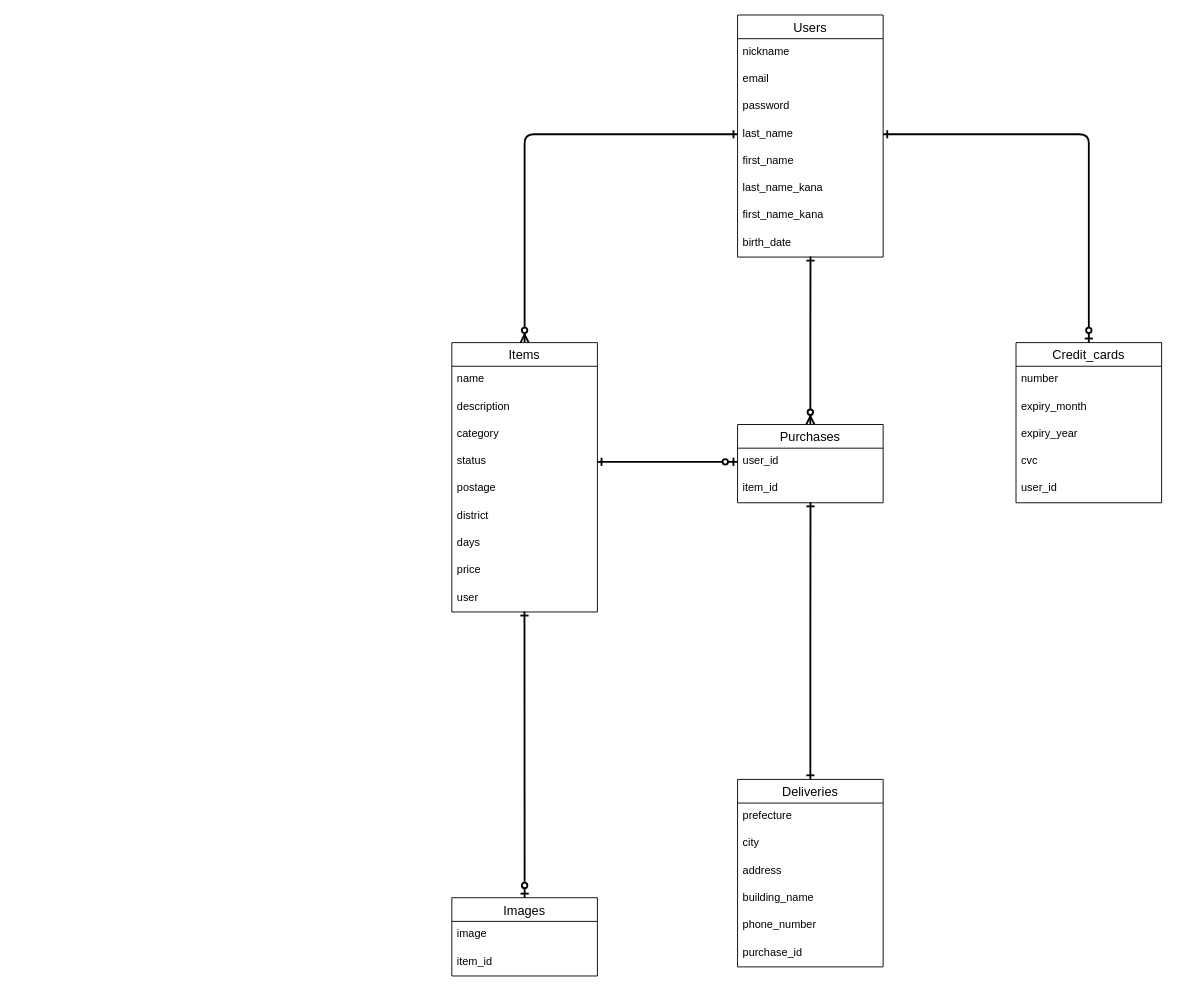
The draw.io diagram entity_relationship.dio in amu1016/furima-36223, before the edit. Source tidied: cells renumbered, new cells numbered last; positions are measured from the earlier drawing's top-left corner, leaving out a move shared by most shapes. Both pictures are drawn from the tidied source at 91%, with x=0, y=0 at pixel (451, 15).
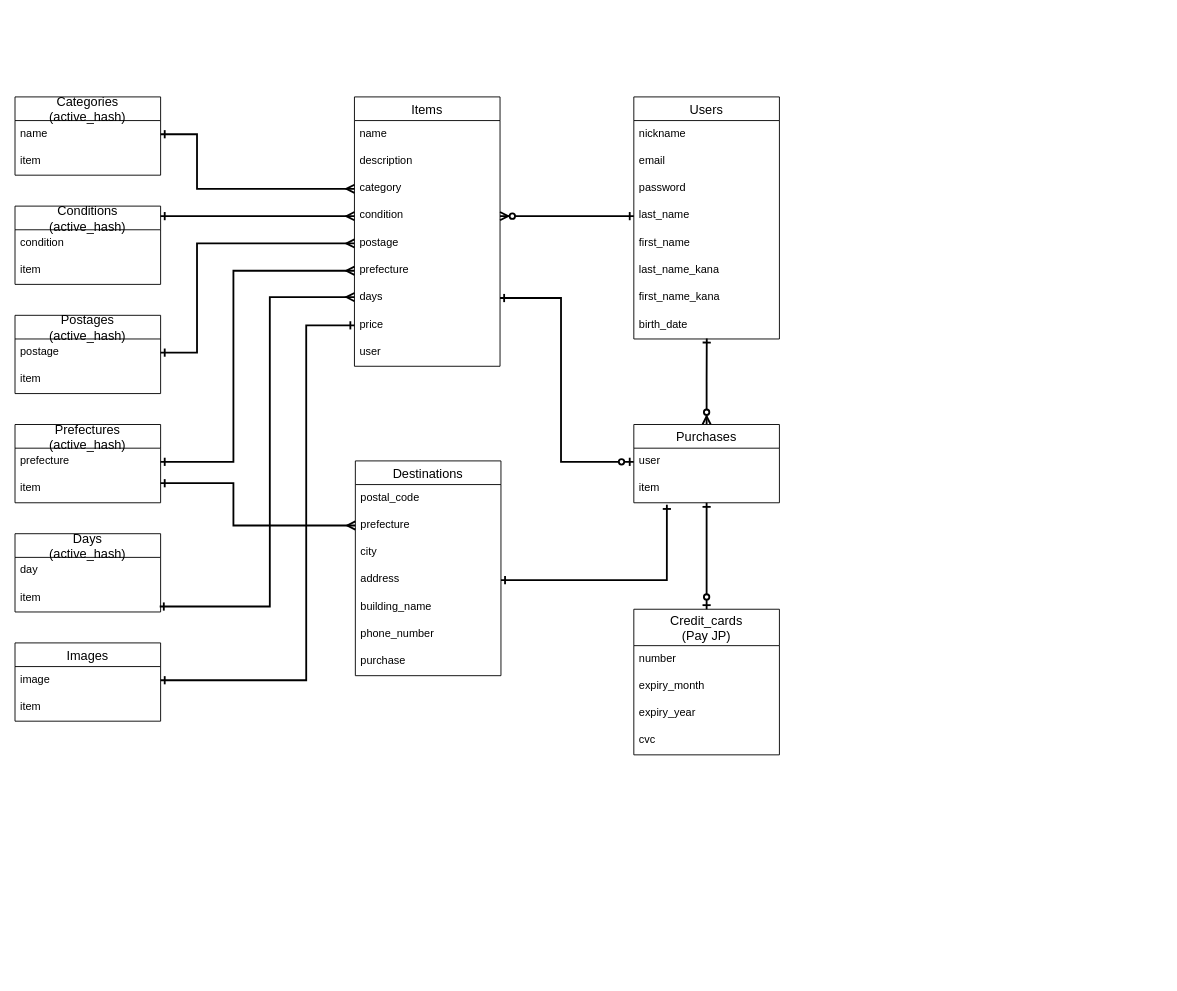
Above is the later version.

Commit message (it also covers changes not shown here):
テーブル設計の修正２ & ER図作成

The change refers to these unchanged cells:
```xml
<mxCell id="6" value="last_name" style="text;strokeColor=none;fillColor=none;spacingLeft=4;spacingRight=4;overflow=hidden;points=[[0,0.5],[1,0.5]];portConstraint=eastwest;fontSize=12;" parent="2" vertex="1">
  <mxGeometry y="116" width="160" height="30" as="geometry" />
</mxCell>
<mxCell id="14" value="category" style="text;strokeColor=none;fillColor=none;spacingLeft=4;spacingRight=4;overflow=hidden;points=[[0,0.5],[1,0.5]];portConstraint=eastwest;fontSize=12;" parent="11" vertex="1">
  <mxGeometry y="86" width="160" height="30" as="geometry" />
</mxCell>
<mxCell id="16" value="postage" style="text;strokeColor=none;fillColor=none;spacingLeft=4;spacingRight=4;overflow=hidden;points=[[0,0.5],[1,0.5]];portConstraint=eastwest;fontSize=12;" parent="11" vertex="1">
  <mxGeometry y="146" width="160" height="30" as="geometry" />
</mxCell>
<mxCell id="18" value="days" style="text;strokeColor=none;fillColor=none;spacingLeft=4;spacingRight=4;overflow=hidden;points=[[0,0.5],[1,0.5]];portConstraint=eastwest;fontSize=12;" parent="11" vertex="1">
  <mxGeometry y="206" width="160" height="30" as="geometry" />
</mxCell>
<mxCell id="19" value="price" style="text;strokeColor=none;fillColor=none;spacingLeft=4;spacingRight=4;overflow=hidden;points=[[0,0.5],[1,0.5]];portConstraint=eastwest;fontSize=12;" parent="11" vertex="1">
  <mxGeometry y="236" width="160" height="30" as="geometry" />
</mxCell>
<mxCell id="20" value="user" style="text;strokeColor=none;fillColor=none;spacingLeft=4;spacingRight=4;overflow=hidden;points=[[0,0.5],[1,0.5]];portConstraint=eastwest;fontSize=12;" parent="11" vertex="1">
  <mxGeometry y="266" width="160" height="30" as="geometry" />
</mxCell>
<mxCell id="39" value="image" style="text;strokeColor=none;fillColor=none;spacingLeft=4;spacingRight=4;overflow=hidden;points=[[0,0.5],[1,0.5]];portConstraint=eastwest;fontSize=12;" parent="38" vertex="1">
  <mxGeometry y="26" width="160" height="30" as="geometry" />
</mxCell>
```

The edit, as a diff of the source:
```diff
@@
     <mxCell id="2" value="Users" style="swimlane;fontStyle=0;horizontal=1;startSize=26;align=center;fontSize=14;" parent="1" vertex="1">
-      <mxGeometry x="314" width="160" height="266" as="geometry" />
+      <mxGeometry x="200" y="90" width="160" height="266" as="geometry" />
     </mxCell>
@@
     <mxCell id="11" value="Items" style="swimlane;fontStyle=0;horizontal=1;startSize=26;align=center;fontSize=14;" parent="1" vertex="1">
-      <mxGeometry y="360" width="160" height="296" as="geometry" />
+      <mxGeometry x="-107" y="90" width="160" height="296" as="geometry" />
     </mxCell>
@@
-    <mxCell id="15" value="status" style="text;strokeColor=none;fillColor=none;spacingLeft=4;spacingRight=4;overflow=hidden;points=[[0,0.5],[1,0.5]];portConstraint=eastwest;fontSize=12;" parent="11" vertex="1">
+    <mxCell id="15" value="condition" style="text;strokeColor=none;fillColor=none;spacingLeft=4;spacingRight=4;overflow=hidden;points=[[0,0.5],[1,0.5]];portConstraint=eastwest;fontSize=12;" parent="11" vertex="1">
       <mxGeometry y="116" width="160" height="30" as="geometry" />
     </mxCell>
@@
-    <mxCell id="17" value="district" style="text;strokeColor=none;fillColor=none;spacingLeft=4;spacingRight=4;overflow=hidden;points=[[0,0.5],[1,0.5]];portConstraint=eastwest;fontSize=12;" parent="11" vertex="1">
+    <mxCell id="17" value="prefecture" style="text;strokeColor=none;fillColor=none;spacingLeft=4;spacingRight=4;overflow=hidden;points=[[0,0.5],[1,0.5]];portConstraint=eastwest;fontSize=12;" parent="11" vertex="1">
       <mxGeometry y="176" width="160" height="30" as="geometry" />
     </mxCell>
@@
-    <mxCell id="21" value="Credit_cards" style="swimlane;fontStyle=0;horizontal=1;startSize=26;align=center;fontSize=14;" parent="1" vertex="1">
-      <mxGeometry x="620" y="360" width="160" height="176" as="geometry" />
+    <mxCell id="21" value="Credit_cards&#10;(Pay JP)" style="swimlane;fontStyle=0;horizontal=1;startSize=40;align=center;fontSize=14;" parent="1" vertex="1">
+      <mxGeometry x="200" y="653" width="160" height="160" as="geometry" />
     </mxCell>
     <mxCell id="22" value="number" style="text;strokeColor=none;fillColor=none;spacingLeft=4;spacingRight=4;overflow=hidden;fontSize=12;" parent="21" vertex="1">
-      <mxGeometry y="26" width="160" height="30" as="geometry" />
+      <mxGeometry y="40" width="160" height="30" as="geometry" />
     </mxCell>
     <mxCell id="23" value="expiry_month" style="text;strokeColor=none;fillColor=none;spacingLeft=4;spacingRight=4;overflow=hidden;fontSize=12;" parent="21" vertex="1">
-      <mxGeometry y="56" width="160" height="30" as="geometry" />
+      <mxGeometry y="70" width="160" height="30" as="geometry" />
     </mxCell>
     <mxCell id="24" value="expiry_year" style="text;strokeColor=none;fillColor=none;spacingLeft=4;spacingRight=4;overflow=hidden;fontSize=12;" parent="21" vertex="1">
-      <mxGeometry y="86" width="160" height="30" as="geometry" />
+      <mxGeometry y="100" width="160" height="30" as="geometry" />
     </mxCell>
     <mxCell id="25" value="cvc" style="text;strokeColor=none;fillColor=none;spacingLeft=4;spacingRight=4;overflow=hidden;fontSize=12;" parent="21" vertex="1">
-      <mxGeometry y="116" width="160" height="30" as="geometry" />
+      <mxGeometry y="130" width="160" height="30" as="geometry" />
     </mxCell>
-    <mxCell id="26" value="user_id" style="text;strokeColor=none;fillColor=none;spacingLeft=4;spacingRight=4;overflow=hidden;fontSize=12;" parent="21" vertex="1">
-      <mxGeometry y="146" width="160" height="30" as="geometry" />
-    </mxCell>
-    <mxCell id="27" style="edgeStyle=orthogonalEdgeStyle;fontSize=12;html=1;endArrow=ERzeroToMany;entryX=0.5;entryY=0;entryDx=0;entryDy=0;exitX=0;exitY=0.5;exitDx=0;exitDy=0;endFill=1;startArrow=ERone;startFill=0;strokeWidth=2;" parent="1" edge="1" source="6" target="11">
-      <mxGeometry relative="1" as="geometry" />
+    <mxCell id="27" style="edgeStyle=orthogonalEdgeStyle;fontSize=12;html=1;endArrow=ERzeroToMany;exitX=0;exitY=0.5;exitDx=0;exitDy=0;endFill=1;startArrow=ERone;startFill=0;strokeWidth=2;entryX=1;entryY=0.5;entryDx=0;entryDy=0;" parent="1" edge="1" source="6" target="15">
+      <mxGeometry relative="1" as="geometry">
+        <Array as="points">
+          <mxPoint x="110" y="221" />
+          <mxPoint x="110" y="221" />
+        </Array>
+      </mxGeometry>
     </mxCell>
-    <mxCell id="28" style="edgeStyle=orthogonalEdgeStyle;fontSize=12;html=1;endArrow=ERzeroToOne;exitX=1;exitY=0.5;exitDx=0;exitDy=0;entryX=0.5;entryY=0;entryDx=0;entryDy=0;startArrow=ERone;startFill=0;endFill=1;strokeWidth=2;" parent="1" edge="1" source="6" target="21">
+    <mxCell id="28" style="edgeStyle=orthogonalEdgeStyle;fontSize=12;html=1;endArrow=ERzeroToOne;startArrow=ERone;startFill=0;endFill=1;strokeWidth=2;entryX=0.5;entryY=0;entryDx=0;entryDy=0;exitX=0.5;exitY=1;exitDx=0;exitDy=0;exitPerimeter=0;" parent="1" edge="1" source="44" target="21">
       <mxGeometry relative="1" as="geometry" />
     </mxCell>
-    <mxCell id="29" style="edgeStyle=orthogonalEdgeStyle;rounded=0;jettySize=auto;html=1;exitX=0.5;exitY=0;exitDx=0;exitDy=0;startArrow=ERone;startFill=0;endArrow=ERone;endFill=0;strokeWidth=2;entryX=0.501;entryY=0.981;entryDx=0;entryDy=0;entryPerimeter=0;" parent="1" edge="1" source="30" target="44">
-      <mxGeometry relative="1" as="geometry" />
+    <mxCell id="29" style="edgeStyle=orthogonalEdgeStyle;rounded=0;jettySize=auto;html=1;exitX=1;exitY=0.5;exitDx=0;exitDy=0;startArrow=ERone;startFill=0;endArrow=ERone;endFill=0;strokeWidth=2;entryX=0.227;entryY=1.076;entryDx=0;entryDy=0;entryPerimeter=0;" parent="1" edge="1" source="33" target="44">
+      <mxGeometry relative="1" as="geometry">
+        <Array as="points">
+          <mxPoint x="236" y="621" />
+        </Array>
+      </mxGeometry>
     </mxCell>
-    <mxCell id="30" value="Deliveries" style="swimlane;fontStyle=0;horizontal=1;startSize=26;align=center;fontSize=14;" parent="1" vertex="1">
-      <mxGeometry x="314" y="840" width="160" height="206" as="geometry" />
+    <mxCell id="30" value="Destinations" style="swimlane;fontStyle=0;horizontal=1;startSize=26;align=center;fontSize=14;" parent="1" vertex="1">
+      <mxGeometry x="-106" y="490" width="160" height="236" as="geometry" />
     </mxCell>
+    <mxCell id="46" value="postal_code" style="text;strokeColor=none;fillColor=none;spacingLeft=4;spacingRight=4;overflow=hidden;fontSize=12;" parent="30" vertex="1">
+      <mxGeometry y="26" width="160" height="30" as="geometry" />
+    </mxCell>
     <mxCell id="31" value="prefecture" style="text;strokeColor=none;fillColor=none;spacingLeft=4;spacingRight=4;overflow=hidden;points=[[0,0.5],[1,0.5]];portConstraint=eastwest;fontSize=12;" parent="30" vertex="1">
-      <mxGeometry y="26" width="160" height="30" as="geometry" />
+      <mxGeometry y="56" width="160" height="30" as="geometry" />
     </mxCell>
     <mxCell id="32" value="city" style="text;strokeColor=none;fillColor=none;spacingLeft=4;spacingRight=4;overflow=hidden;fontSize=12;" parent="30" vertex="1">
-      <mxGeometry y="56" width="160" height="30" as="geometry" />
+      <mxGeometry y="86" width="160" height="30" as="geometry" />
     </mxCell>
     <mxCell id="33" value="address" style="text;strokeColor=none;fillColor=none;spacingLeft=4;spacingRight=4;overflow=hidden;points=[[0,0.5],[1,0.5]];portConstraint=eastwest;fontSize=12;" parent="30" vertex="1">
-      <mxGeometry y="86" width="160" height="30" as="geometry" />
+      <mxGeometry y="116" width="160" height="30" as="geometry" />
     </mxCell>
     <mxCell id="34" value="building_name" style="text;strokeColor=none;fillColor=none;spacingLeft=4;spacingRight=4;overflow=hidden;fontSize=12;" parent="30" vertex="1">
-      <mxGeometry y="116" width="160" height="30" as="geometry" />
+      <mxGeometry y="146" width="160" height="30" as="geometry" />
     </mxCell>
     <mxCell id="35" value="phone_number" style="text;strokeColor=none;fillColor=none;spacingLeft=4;spacingRight=4;overflow=hidden;fontSize=12;" parent="30" vertex="1">
-      <mxGeometry y="146" width="160" height="30" as="geometry" />
+      <mxGeometry y="176" width="160" height="30" as="geometry" />
     </mxCell>
-    <mxCell id="36" value="purchase_id" style="text;strokeColor=none;fillColor=none;spacingLeft=4;spacingRight=4;overflow=hidden;fontSize=12;" parent="30" vertex="1">
-      <mxGeometry y="176" width="160" height="30" as="geometry" />
+    <mxCell id="36" value="purchase" style="text;strokeColor=none;fillColor=none;spacingLeft=4;spacingRight=4;overflow=hidden;fontSize=12;" parent="30" vertex="1">
+      <mxGeometry y="206" width="160" height="30" as="geometry" />
     </mxCell>
-    <mxCell id="37" style="edgeStyle=orthogonalEdgeStyle;rounded=0;jettySize=auto;html=1;exitX=0.5;exitY=0;exitDx=0;exitDy=0;startArrow=ERzeroToOne;startFill=1;endArrow=ERone;endFill=0;strokeWidth=2;entryX=0.499;entryY=0.981;entryDx=0;entryDy=0;entryPerimeter=0;" parent="1" edge="1" source="38" target="20">
+    <mxCell id="37" style="edgeStyle=orthogonalEdgeStyle;rounded=0;jettySize=auto;html=1;exitX=1;exitY=0.5;exitDx=0;exitDy=0;startArrow=ERone;startFill=0;endArrow=ERone;endFill=0;strokeWidth=2;entryX=0;entryY=0.5;entryDx=0;entryDy=0;" parent="1" edge="1" source="39" target="19">
       <mxGeometry relative="1" as="geometry">
         <Array as="points">
-          <mxPoint x="80" y="960" />
+          <mxPoint x="-160" y="731" />
+          <mxPoint x="-160" y="341" />
         </Array>
       </mxGeometry>
     </mxCell>
     <mxCell id="38" value="Images" style="swimlane;fontStyle=0;horizontal=1;startSize=26;align=center;fontSize=14;" parent="1" vertex="1">
-      <mxGeometry y="970" width="160" height="86" as="geometry" />
+      <mxGeometry x="-480" y="690" width="160" height="86" as="geometry" />
     </mxCell>
@@
-    <mxCell id="40" value="item_id" style="text;strokeColor=none;fillColor=none;spacingLeft=4;spacingRight=4;overflow=hidden;fontSize=12;" parent="38" vertex="1">
+    <mxCell id="40" value="item" style="text;strokeColor=none;fillColor=none;spacingLeft=4;spacingRight=4;overflow=hidden;fontSize=12;" parent="38" vertex="1">
       <mxGeometry y="56" width="160" height="30" as="geometry" />
     </mxCell>
@@
     <mxCell id="42" value="Purchases" style="swimlane;fontStyle=0;horizontal=1;startSize=26;align=center;fontSize=14;" parent="1" vertex="1">
-      <mxGeometry x="314" y="450" width="160" height="86" as="geometry" />
+      <mxGeometry x="200" y="450" width="160" height="86" as="geometry" />
     </mxCell>
-    <mxCell id="43" value="user_id" style="text;strokeColor=none;fillColor=none;spacingLeft=4;spacingRight=4;overflow=hidden;points=[[0,0.5],[1,0.5]];portConstraint=eastwest;fontSize=12;" parent="42" vertex="1">
+    <mxCell id="43" value="user" style="text;strokeColor=none;fillColor=none;spacingLeft=4;spacingRight=4;overflow=hidden;points=[[0,0.5],[1,0.5]];portConstraint=eastwest;fontSize=12;" parent="42" vertex="1">
       <mxGeometry y="26" width="160" height="30" as="geometry" />
     </mxCell>
-    <mxCell id="44" value="item_id" style="text;strokeColor=none;fillColor=none;spacingLeft=4;spacingRight=4;overflow=hidden;points=[[0,0.5],[1,0.5]];portConstraint=eastwest;fontSize=12;" parent="42" vertex="1">
+    <mxCell id="44" value="item" style="text;strokeColor=none;fillColor=none;spacingLeft=4;spacingRight=4;overflow=hidden;points=[[0,0.5],[1,0.5]];portConstraint=eastwest;fontSize=12;" parent="42" vertex="1">
       <mxGeometry y="56" width="160" height="30" as="geometry" />
     </mxCell>
-    <mxCell id="45" style="edgeStyle=orthogonalEdgeStyle;rounded=0;jettySize=auto;html=1;exitX=0;exitY=0.5;exitDx=0;exitDy=0;entryX=1;entryY=0.5;entryDx=0;entryDy=0;startArrow=ERzeroToOne;startFill=1;endArrow=ERone;endFill=0;strokeWidth=2;" parent="1" edge="1" source="43" target="15">
-      <mxGeometry relative="1" as="geometry" />
+    <mxCell id="45" style="edgeStyle=orthogonalEdgeStyle;rounded=0;jettySize=auto;html=1;exitX=0;exitY=0.5;exitDx=0;exitDy=0;startArrow=ERzeroToOne;startFill=1;endArrow=ERone;endFill=0;strokeWidth=2;entryX=1;entryY=0.5;entryDx=0;entryDy=0;" parent="1" edge="1" source="43" target="18">
+      <mxGeometry relative="1" as="geometry">
+        <Array as="points">
+          <mxPoint x="120" y="491" />
+          <mxPoint x="120" y="311" />
+        </Array>
+      </mxGeometry>
     </mxCell>
+    <mxCell id="47" value="Days&#10;(active_hash)" style="swimlane;fontStyle=0;horizontal=1;startSize=26;align=center;fontSize=14;" parent="1" vertex="1">
+      <mxGeometry x="-480" y="570" width="160" height="86" as="geometry" />
+    </mxCell>
+    <mxCell id="48" value="day" style="text;strokeColor=none;fillColor=none;spacingLeft=4;spacingRight=4;overflow=hidden;fontSize=12;" parent="47" vertex="1">
+      <mxGeometry y="26" width="160" height="30" as="geometry" />
+    </mxCell>
+    <mxCell id="49" value="item" style="text;strokeColor=none;fillColor=none;spacingLeft=4;spacingRight=4;overflow=hidden;fontSize=12;" parent="47" vertex="1">
+      <mxGeometry y="56" width="160" height="30" as="geometry" />
+    </mxCell>
+    <mxCell id="50" value="Postages&#10;(active_hash)" style="swimlane;fontStyle=0;horizontal=1;startSize=26;align=center;fontSize=14;" parent="1" vertex="1">
+      <mxGeometry x="-480" y="330" width="160" height="86" as="geometry" />
+    </mxCell>
+    <mxCell id="51" value="postage" style="text;strokeColor=none;fillColor=none;spacingLeft=4;spacingRight=4;overflow=hidden;points=[[0,0.5],[1,0.5]];portConstraint=eastwest;fontSize=12;" parent="50" vertex="1">
+      <mxGeometry y="26" width="160" height="30" as="geometry" />
+    </mxCell>
+    <mxCell id="52" value="item" style="text;strokeColor=none;fillColor=none;spacingLeft=4;spacingRight=4;overflow=hidden;fontSize=12;" parent="50" vertex="1">
+      <mxGeometry y="56" width="160" height="30" as="geometry" />
+    </mxCell>
+    <mxCell id="53" value="Conditions&#10;(active_hash)" style="swimlane;fontStyle=0;horizontal=1;startSize=26;align=center;fontSize=14;" parent="1" vertex="1">
+      <mxGeometry x="-480" y="210" width="160" height="86" as="geometry" />
+    </mxCell>
+    <mxCell id="54" value="condition" style="text;strokeColor=none;fillColor=none;spacingLeft=4;spacingRight=4;overflow=hidden;fontSize=12;" parent="53" vertex="1">
+      <mxGeometry y="26" width="160" height="30" as="geometry" />
+    </mxCell>
+    <mxCell id="55" value="item" style="text;strokeColor=none;fillColor=none;spacingLeft=4;spacingRight=4;overflow=hidden;fontSize=12;" parent="53" vertex="1">
+      <mxGeometry y="56" width="160" height="30" as="geometry" />
+    </mxCell>
+    <mxCell id="56" value="Categories&#10;(active_hash)" style="swimlane;fontStyle=0;horizontal=1;startSize=26;align=center;fontSize=14;" parent="1" vertex="1">
+      <mxGeometry x="-480" y="90" width="160" height="86" as="geometry" />
+    </mxCell>
+    <mxCell id="57" value="name" style="text;strokeColor=none;fillColor=none;spacingLeft=4;spacingRight=4;overflow=hidden;points=[[0,0.5],[1,0.5]];portConstraint=eastwest;fontSize=12;" parent="56" vertex="1">
+      <mxGeometry y="26" width="160" height="30" as="geometry" />
+    </mxCell>
+    <mxCell id="58" value="item" style="text;strokeColor=none;fillColor=none;spacingLeft=4;spacingRight=4;overflow=hidden;fontSize=12;" parent="56" vertex="1">
+      <mxGeometry y="56" width="160" height="30" as="geometry" />
+    </mxCell>
+    <mxCell id="59" style="edgeStyle=orthogonalEdgeStyle;rounded=0;orthogonalLoop=1;jettySize=auto;html=1;entryX=0;entryY=0.5;entryDx=0;entryDy=0;startArrow=ERone;startFill=0;endArrow=ERmany;endFill=0;strokeWidth=2;" parent="1" edge="1">
+      <mxGeometry relative="1" as="geometry">
+        <mxPoint x="-321" y="650" as="sourcePoint" />
+        <mxPoint x="-107" y="310" as="targetPoint" />
+        <Array as="points">
+          <mxPoint x="-321" y="650" />
+          <mxPoint x="-200" y="650" />
+          <mxPoint x="-200" y="310" />
+        </Array>
+      </mxGeometry>
+    </mxCell>
+    <mxCell id="60" value="Prefectures&#10;(active_hash)" style="swimlane;fontStyle=0;horizontal=1;startSize=26;align=center;fontSize=14;" parent="1" vertex="1">
+      <mxGeometry x="-480" y="450" width="160" height="86" as="geometry" />
+    </mxCell>
+    <mxCell id="61" value="prefecture" style="text;strokeColor=none;fillColor=none;spacingLeft=4;spacingRight=4;overflow=hidden;points=[[0,0.5],[1,0.5]];portConstraint=eastwest;fontSize=12;" parent="60" vertex="1">
+      <mxGeometry y="26" width="160" height="30" as="geometry" />
+    </mxCell>
+    <mxCell id="62" value="item" style="text;strokeColor=none;fillColor=none;spacingLeft=4;spacingRight=4;overflow=hidden;fontSize=12;" parent="60" vertex="1">
+      <mxGeometry y="56" width="160" height="30" as="geometry" />
+    </mxCell>
+    <mxCell id="63" style="edgeStyle=orthogonalEdgeStyle;rounded=0;jettySize=auto;html=1;exitX=1;exitY=0.5;exitDx=0;exitDy=0;entryX=0;entryY=0.5;entryDx=0;entryDy=0;startArrow=ERone;startFill=0;endArrow=ERmany;endFill=0;strokeWidth=2;" parent="1" edge="1" source="61" target="17">
+      <mxGeometry relative="1" as="geometry">
+        <Array as="points">
+          <mxPoint x="-240" y="491" />
+          <mxPoint x="-240" y="281" />
+        </Array>
+      </mxGeometry>
+    </mxCell>
+    <mxCell id="64" style="edgeStyle=orthogonalEdgeStyle;rounded=0;jettySize=auto;html=1;exitX=1;exitY=0.5;exitDx=0;exitDy=0;entryX=0;entryY=0.5;entryDx=0;entryDy=0;startArrow=ERone;startFill=0;endArrow=ERmany;endFill=0;strokeWidth=2;" parent="1" edge="1" source="51" target="16">
+      <mxGeometry relative="1" as="geometry">
+        <Array as="points">
+          <mxPoint x="-280" y="371" />
+          <mxPoint x="-280" y="251" />
+        </Array>
+      </mxGeometry>
+    </mxCell>
+    <mxCell id="65" style="edgeStyle=orthogonalEdgeStyle;rounded=0;jettySize=auto;html=1;entryX=0;entryY=0.5;entryDx=0;entryDy=0;startArrow=ERone;startFill=0;endArrow=ERmany;endFill=0;strokeWidth=2;" parent="1" edge="1" target="15">
+      <mxGeometry relative="1" as="geometry">
+        <mxPoint x="-320" y="221" as="sourcePoint" />
+        <Array as="points">
+          <mxPoint x="-320" y="221" />
+        </Array>
+      </mxGeometry>
+    </mxCell>
+    <mxCell id="66" style="edgeStyle=orthogonalEdgeStyle;rounded=0;jettySize=auto;html=1;exitX=1;exitY=0.5;exitDx=0;exitDy=0;entryX=0;entryY=0.5;entryDx=0;entryDy=0;startArrow=ERone;startFill=0;endArrow=ERmany;endFill=0;strokeWidth=2;" parent="1" edge="1" source="57" target="14">
+      <mxGeometry relative="1" as="geometry">
+        <Array as="points">
+          <mxPoint x="-280" y="131" />
+          <mxPoint x="-280" y="191" />
+        </Array>
+      </mxGeometry>
+    </mxCell>
+    <mxCell id="67" style="edgeStyle=orthogonalEdgeStyle;rounded=0;jettySize=auto;html=1;exitX=0;exitY=0.5;exitDx=0;exitDy=0;entryX=1;entryY=0.75;entryDx=0;entryDy=0;startArrow=ERmany;startFill=0;endArrow=ERone;endFill=0;strokeWidth=2;" parent="1" edge="1" source="31" target="60">
+      <mxGeometry relative="1" as="geometry">
+        <Array as="points">
+          <mxPoint x="-240" y="561" />
+          <mxPoint x="-240" y="515" />
+        </Array>
+      </mxGeometry>
+    </mxCell>
```
